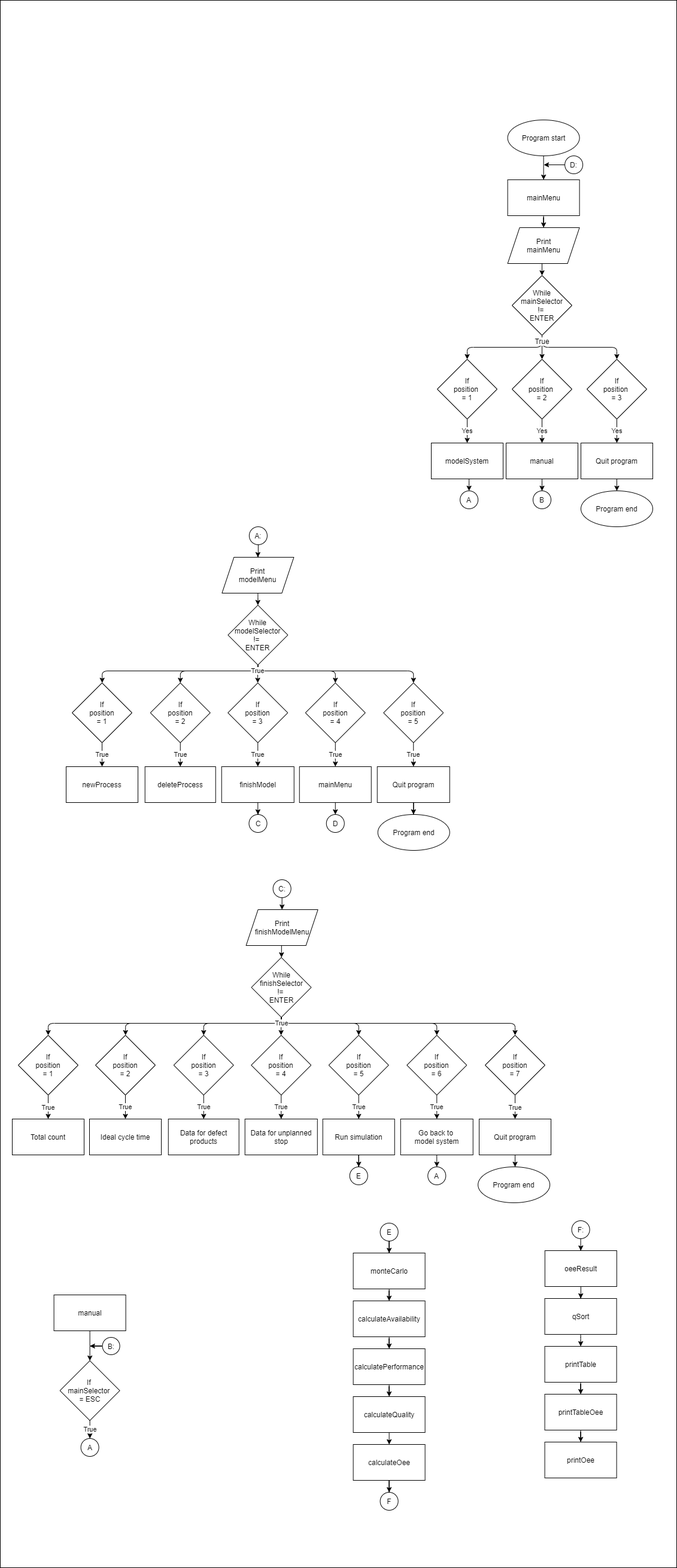
Earlier version of the draw.io export Flowcharts/flow_program_start.png (andreasborgaau/p1copy). Source tidied: cells renumbered, new cells last; positions are measured from the earlier drawing's top-left corner, leaving out a move shared by most shapes.
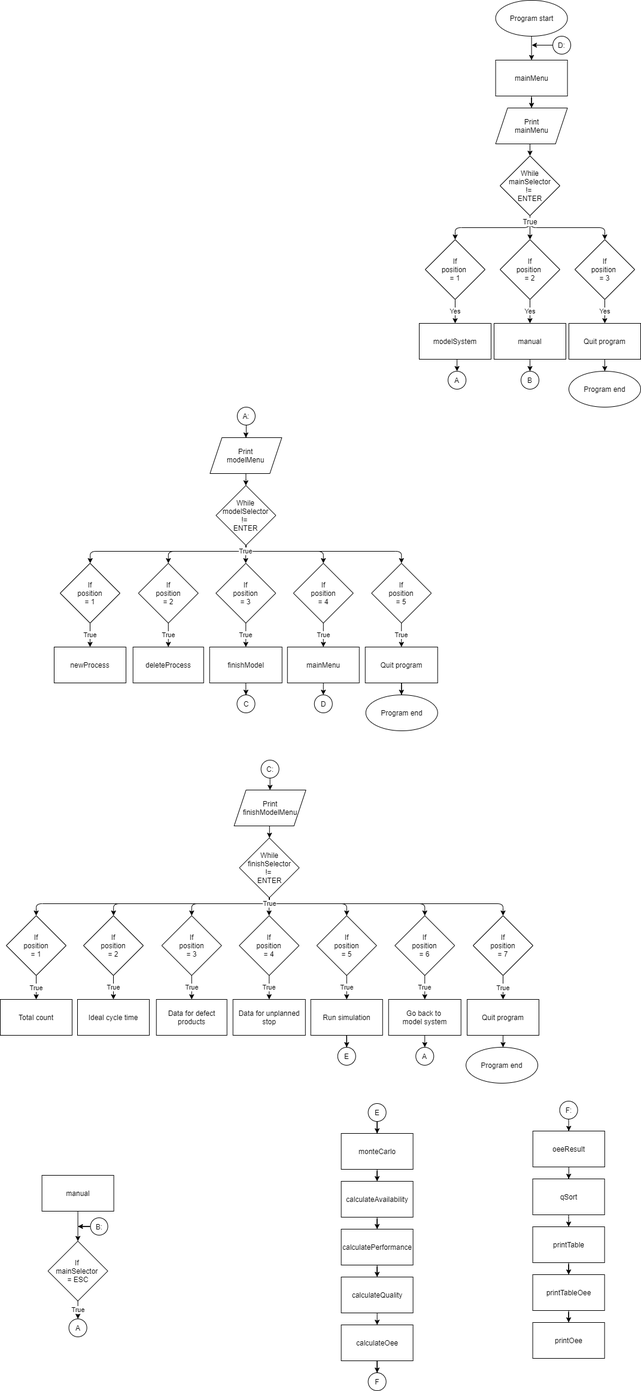
Later version of the same file.

Commit message:
ikke meget

Diff of the diagram source:
```diff
@@ -2,9 +2,6 @@
   <root>
     <mxCell id="0" />
     <mxCell id="1" parent="0" />
-    <mxCell id="2" style="rounded=0;whiteSpace=wrap;html=1;" parent="1" vertex="1">
-      <mxGeometry width="1130" height="2620" as="geometry" />
-    </mxCell>
     <mxCell id="3" style="edgeStyle=orthogonalEdgeStyle;jettySize=auto;html=1;" parent="1" edge="1" source="4" target="6">
       <mxGeometry relative="1" as="geometry" />
     </mxCell>
```
